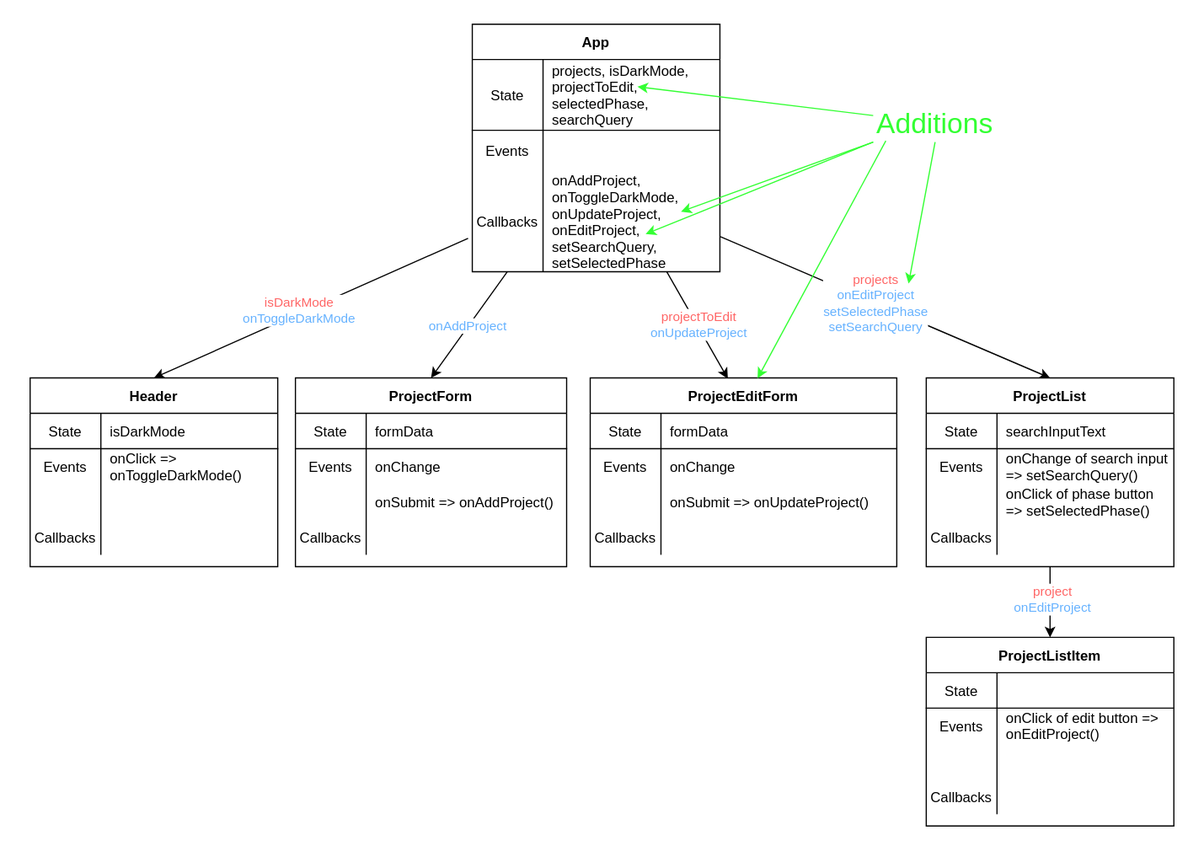
Above: 06_PATCH_DELETE/assets/component-hierarchy-with-data-flow.drawio.svg in learn-co-students/SENG-LIVE-080822-Phase-2-React (draw.io), before the change. Source tidied: cells renumbered, new cells last; positions are measured from the earlier drawing's top-left corner, leaving out a move shared by most shapes.
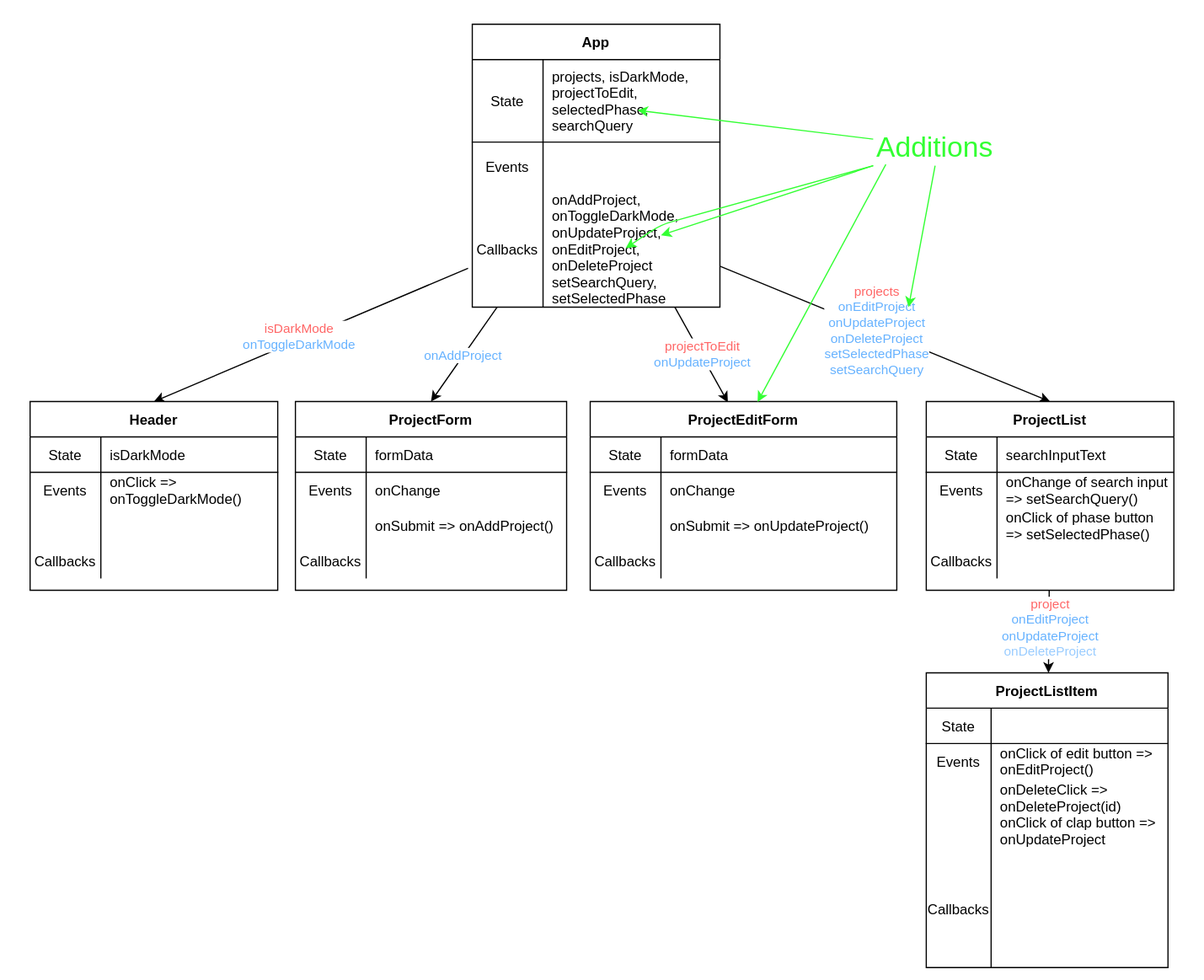
After the commit.

What changed in the source:
```diff
@@ -3,7 +3,7 @@
     <mxCell id="0" />
     <mxCell id="1" parent="0" />
     <mxCell id="2" style="rounded=0;whiteSpace=wrap;html=1;strokeColor=none;" parent="1" vertex="1">
-      <mxGeometry width="1020" height="730" as="geometry" />
+      <mxGeometry y="-20" width="1020" height="830" as="geometry" />
     </mxCell>
     <mxCell id="3" style="edgeStyle=none;html=1;exitX=-0.017;exitY=0.666;exitDx=0;exitDy=0;exitPerimeter=0;entryX=0.5;entryY=0;entryDx=0;entryDy=0;" parent="1" edge="1" source="19" target="22">
       <mxGeometry relative="1" as="geometry" />
@@ -20,7 +20,7 @@
     <mxCell id="7" style="edgeStyle=none;html=1;exitX=1.002;exitY=0.65;exitDx=0;exitDy=0;exitPerimeter=0;entryX=0.5;entryY=0;entryDx=0;entryDy=0;" parent="1" edge="1" source="19" target="50">
       <mxGeometry relative="1" as="geometry" />
     </mxCell>
-    <mxCell id="8" value="&lt;font color=&quot;#ff6666&quot;&gt;projects&lt;/font&gt;&lt;br&gt;&lt;font color=&quot;#66b2ff&quot;&gt;onEditProject&lt;br&gt;setSelectedPhase&lt;/font&gt;&lt;br&gt;&lt;font color=&quot;#66b2ff&quot;&gt;setSearchQuery&lt;/font&gt;" style="edgeLabel;html=1;align=center;verticalAlign=middle;" parent="7" vertex="1">
+    <mxCell id="8" value="&lt;font color=&quot;#ff6666&quot;&gt;projects&lt;/font&gt;&lt;br&gt;&lt;font color=&quot;#66b2ff&quot;&gt;onEditProject&lt;br&gt;onUpdateProject&lt;br&gt;onDeleteProject&lt;br&gt;setSelectedPhase&lt;/font&gt;&lt;br&gt;&lt;font color=&quot;#66b2ff&quot;&gt;setSearchQuery&lt;/font&gt;" style="edgeLabel;html=1;align=center;verticalAlign=middle;" parent="7" vertex="1">
       <mxGeometry x="-0.06" relative="1" as="geometry" />
     </mxCell>
     <mxCell id="9" style="edgeStyle=none;html=1;fontColor=#66B2FF;entryX=0.449;entryY=0.004;entryDx=0;entryDy=0;entryPerimeter=0;" parent="1" edge="1" source="11" target="76">
@@ -32,37 +32,37 @@
       </mxGeometry>
     </mxCell>
     <mxCell id="11" value="App" style="shape=table;startSize=30;rowLines=0;fontStyle=1;align=center;" parent="1" vertex="1">
-      <mxGeometry x="400" y="20" width="210" height="210" as="geometry" />
+      <mxGeometry x="400" width="210" height="240" as="geometry" />
     </mxCell>
     <mxCell id="12" style="shape=partialRectangle;fillColor=none;top=0;left=0;bottom=0;right=0;" parent="11" vertex="1">
-      <mxGeometry y="30" width="210" height="31" as="geometry" />
+      <mxGeometry y="30" width="210" height="36" as="geometry" />
     </mxCell>
     <mxCell id="13" value="State" style="shape=partialRectangle;fillColor=none;top=0;left=0;bottom=1;right=0;fontStyle=0;overflow=hidden;colspan=1;rowspan=2;" parent="12" vertex="1">
-      <mxGeometry width="60" height="60" as="geometry" />
+      <mxGeometry width="60" height="70" as="geometry" />
     </mxCell>
     <mxCell id="14" value="projects, isDarkMode, &#10;projectToEdit,&#10;selectedPhase, &#10;searchQuery" style="shape=partialRectangle;fillColor=none;top=0;left=0;bottom=1;right=0;align=left;spacingLeft=6;fontStyle=0;overflow=visible;strokeColor=default;rowspan=2;" parent="12" vertex="1">
-      <mxGeometry x="60" width="150" height="60" as="geometry" />
+      <mxGeometry x="60" width="150" height="70" as="geometry" />
     </mxCell>
     <mxCell id="15" style="shape=partialRectangle;fillColor=none;top=0;left=0;bottom=0;right=0;" parent="11" vertex="1">
-      <mxGeometry y="61" width="210" height="29" as="geometry" />
+      <mxGeometry y="66" width="210" height="34" as="geometry" />
     </mxCell>
     <mxCell id="16" style="shape=partialRectangle;fillColor=none;top=0;left=0;bottom=0;right=0;" parent="11" vertex="1">
-      <mxGeometry y="90" width="210" height="35" as="geometry" />
+      <mxGeometry y="100" width="210" height="41" as="geometry" />
     </mxCell>
     <mxCell id="17" value="Events" style="shape=partialRectangle;fillColor=none;top=0;left=0;bottom=0;right=0;overflow=hidden;" parent="16" vertex="1">
-      <mxGeometry width="60" height="35" as="geometry" />
+      <mxGeometry width="60" height="41" as="geometry" />
     </mxCell>
     <mxCell id="18" style="shape=partialRectangle;fillColor=none;top=0;left=0;bottom=0;right=0;align=left;spacingLeft=6;overflow=hidden;" parent="16" vertex="1">
-      <mxGeometry x="60" width="150" height="35" as="geometry" />
+      <mxGeometry x="60" width="150" height="41" as="geometry" />
     </mxCell>
     <mxCell id="19" style="shape=partialRectangle;fillColor=none;top=0;left=0;bottom=0;right=0;points=[[0,0.5],[1,0.5]];portConstraint=eastwest;" parent="11" vertex="1">
-      <mxGeometry y="125" width="210" height="85" as="geometry" />
+      <mxGeometry y="141" width="210" height="99" as="geometry" />
     </mxCell>
     <mxCell id="20" value="Callbacks" style="shape=partialRectangle;fillColor=none;top=0;left=0;bottom=0;right=0;overflow=hidden;rowspan=3;" parent="19" vertex="1">
-      <mxGeometry width="60" height="85" as="geometry" />
+      <mxGeometry width="60" height="99" as="geometry" />
     </mxCell>
-    <mxCell id="21" value="onAddProject, &#10;onToggleDarkMode,&#10;onUpdateProject,&#10;onEditProject,&#10;setSearchQuery,&#10;setSelectedPhase" style="shape=partialRectangle;fillColor=none;top=0;left=0;bottom=0;right=0;align=left;spacingLeft=6;overflow=visible;rowspan=2;" parent="19" vertex="1">
-      <mxGeometry x="60" width="150" height="85" as="geometry" />
+    <mxCell id="21" value="onAddProject, &#10;onToggleDarkMode,&#10;onUpdateProject,&#10;onEditProject,&#10;onDeleteProject&#10;setSearchQuery,&#10;setSelectedPhase" style="shape=partialRectangle;fillColor=none;top=0;left=0;bottom=0;right=0;align=left;spacingLeft=6;overflow=visible;rowspan=2;" parent="19" vertex="1">
+      <mxGeometry x="60" width="150" height="99" as="geometry" />
     </mxCell>
     <mxCell id="22" value="Header" style="shape=table;startSize=30;rowLines=0;fontStyle=1;align=center;" parent="1" vertex="1">
       <mxGeometry x="25" y="320" width="210" height="160" as="geometry" />
@@ -145,7 +145,7 @@
     <mxCell id="48" style="edgeStyle=none;html=1;" parent="1" edge="1" source="50" target="63">
       <mxGeometry relative="1" as="geometry" />
     </mxCell>
-    <mxCell id="49" value="&lt;font color=&quot;#ff6666&quot;&gt;project&lt;/font&gt;&lt;br&gt;&lt;font color=&quot;#66b2ff&quot;&gt;onEditProject&lt;/font&gt;" style="edgeLabel;html=1;align=center;verticalAlign=middle;" parent="48" vertex="1">
+    <mxCell id="49" value="&lt;font color=&quot;#ff6666&quot;&gt;project&lt;/font&gt;&lt;br&gt;&lt;font color=&quot;#66b2ff&quot;&gt;onEditProject&lt;br&gt;onUpdateProject&lt;br&gt;&lt;/font&gt;&lt;span style=&quot;text-align: left&quot;&gt;&lt;font style=&quot;font-size: 11px&quot; color=&quot;#99ccff&quot;&gt;onDeleteProject&lt;/font&gt;&lt;/span&gt;&lt;font color=&quot;#66b2ff&quot;&gt;&lt;br&gt;&lt;/font&gt;" style="edgeLabel;html=1;align=center;verticalAlign=middle;" parent="48" vertex="1">
       <mxGeometry x="-0.12" y="1" relative="1" as="geometry" />
     </mxCell>
     <mxCell id="50" value="ProjectList" style="shape=table;startSize=30;rowLines=0;fontStyle=1;align=center;" parent="1" vertex="1">
@@ -188,43 +188,43 @@
       <mxGeometry x="60" width="150" height="30" as="geometry" />
     </mxCell>
     <mxCell id="63" value="ProjectListItem" style="shape=table;startSize=30;rowLines=0;fontStyle=1;align=center;" parent="1" vertex="1">
-      <mxGeometry x="785" y="540" width="210" height="160" as="geometry" />
+      <mxGeometry x="785" y="550" width="205" height="250" as="geometry" />
     </mxCell>
     <mxCell id="64" style="shape=partialRectangle;fillColor=none;top=0;left=0;bottom=1;right=0;" parent="63" vertex="1">
-      <mxGeometry y="30" width="210" height="30" as="geometry" />
+      <mxGeometry y="30" width="205" height="30" as="geometry" />
     </mxCell>
     <mxCell id="65" value="State" style="shape=partialRectangle;fillColor=none;top=0;left=0;bottom=0;right=0;fontStyle=0;overflow=hidden;" parent="64" vertex="1">
-      <mxGeometry width="60" height="30" as="geometry" />
+      <mxGeometry width="55" height="30" as="geometry" />
     </mxCell>
     <mxCell id="66" style="shape=partialRectangle;fillColor=none;top=0;left=0;bottom=0;right=0;align=left;spacingLeft=6;fontStyle=0;overflow=hidden;" parent="64" vertex="1">
-      <mxGeometry x="60" width="150" height="30" as="geometry" />
+      <mxGeometry x="55" width="150" height="30" as="geometry" />
     </mxCell>
     <mxCell id="67" style="shape=partialRectangle;fillColor=none;top=0;left=0;bottom=0;right=0;" parent="63" vertex="1">
-      <mxGeometry y="60" width="210" height="30" as="geometry" />
+      <mxGeometry y="60" width="205" height="30" as="geometry" />
     </mxCell>
     <mxCell id="68" value="Events" style="shape=partialRectangle;fillColor=none;top=0;left=0;bottom=0;right=0;overflow=hidden;" parent="67" vertex="1">
-      <mxGeometry width="60" height="30" as="geometry" />
+      <mxGeometry width="55" height="30" as="geometry" />
     </mxCell>
     <mxCell id="69" value="onClick of edit button =&gt;&#10;onEditProject()" style="shape=partialRectangle;fillColor=none;top=0;left=0;bottom=0;right=0;align=left;spacingLeft=6;overflow=hidden;" parent="67" vertex="1">
-      <mxGeometry x="60" width="150" height="30" as="geometry" />
+      <mxGeometry x="55" width="150" height="30" as="geometry" />
     </mxCell>
     <mxCell id="70" style="shape=partialRectangle;fillColor=none;top=0;left=0;bottom=0;right=0;" parent="63" vertex="1">
-      <mxGeometry y="90" width="210" height="30" as="geometry" />
+      <mxGeometry y="90" width="205" height="60" as="geometry" />
     </mxCell>
     <mxCell id="71" style="shape=partialRectangle;fillColor=none;top=0;left=0;bottom=0;right=0;overflow=hidden;" parent="70" vertex="1">
-      <mxGeometry width="60" height="30" as="geometry" />
+      <mxGeometry width="55" height="60" as="geometry" />
     </mxCell>
-    <mxCell id="72" style="shape=partialRectangle;fillColor=none;top=0;left=0;bottom=0;right=0;align=left;spacingLeft=6;overflow=hidden;" parent="70" vertex="1">
-      <mxGeometry x="60" width="150" height="30" as="geometry" />
+    <mxCell id="72" value="onDeleteClick =&gt;    &#10;onDeleteProject(id)&#10;onClick of clap button =&gt;&#10;onUpdateProject" style="shape=partialRectangle;fillColor=none;top=0;left=0;bottom=0;right=0;align=left;spacingLeft=6;overflow=hidden;" parent="70" vertex="1">
+      <mxGeometry x="55" width="150" height="60" as="geometry" />
     </mxCell>
     <mxCell id="73" style="shape=partialRectangle;fillColor=none;top=0;left=0;bottom=0;right=0;" parent="63" vertex="1">
-      <mxGeometry y="120" width="210" height="30" as="geometry" />
+      <mxGeometry y="150" width="205" height="100" as="geometry" />
     </mxCell>
     <mxCell id="74" value="Callbacks" style="shape=partialRectangle;fillColor=none;top=0;left=0;bottom=0;right=0;overflow=hidden;" parent="73" vertex="1">
-      <mxGeometry width="60" height="30" as="geometry" />
+      <mxGeometry width="55" height="100" as="geometry" />
     </mxCell>
     <mxCell id="75" style="shape=partialRectangle;fillColor=none;top=0;left=0;bottom=0;right=0;align=left;spacingLeft=6;overflow=hidden;" parent="73" vertex="1">
-      <mxGeometry x="60" width="150" height="30" as="geometry" />
+      <mxGeometry x="55" width="150" height="100" as="geometry" />
     </mxCell>
     <mxCell id="76" value="ProjectEditForm" style="shape=table;startSize=30;rowLines=0;fontStyle=1;align=center;" parent="1" vertex="1">
       <mxGeometry x="500" y="320" width="260" height="160" as="geometry" />
@@ -275,12 +275,15 @@
     </mxCell>
     <mxCell id="91" style="endArrow=classic;html=1;fontSize=17;fontColor=#33FF33;strokeColor=#33FF33;exitX=0;exitY=1;exitDx=0;exitDy=0;" parent="1" edge="1" source="89">
       <mxGeometry relative="1" as="geometry">
-        <mxPoint x="577" y="179" as="targetPoint" />
+        <mxPoint x="560" y="179" as="targetPoint" />
       </mxGeometry>
     </mxCell>
     <mxCell id="92" style="endArrow=classic;html=1;fontSize=17;fontColor=#33FF33;strokeColor=#33FF33;exitX=0;exitY=1;exitDx=0;exitDy=0;" parent="1" edge="1" source="89">
       <mxGeometry relative="1" as="geometry">
-        <mxPoint x="547" y="198" as="targetPoint" />
+        <mxPoint x="530" y="190" as="targetPoint" />
+        <Array as="points">
+          <mxPoint x="560" y="170" />
+        </Array>
       </mxGeometry>
     </mxCell>
     <mxCell id="93" style="endArrow=classic;html=1;fontSize=24;fontColor=#33FF33;strokeColor=#33FF33;exitX=0.102;exitY=0.964;exitDx=0;exitDy=0;exitPerimeter=0;entryX=0.546;entryY=0.002;entryDx=0;entryDy=0;entryPerimeter=0;" parent="1" edge="1" source="89" target="76">
```
